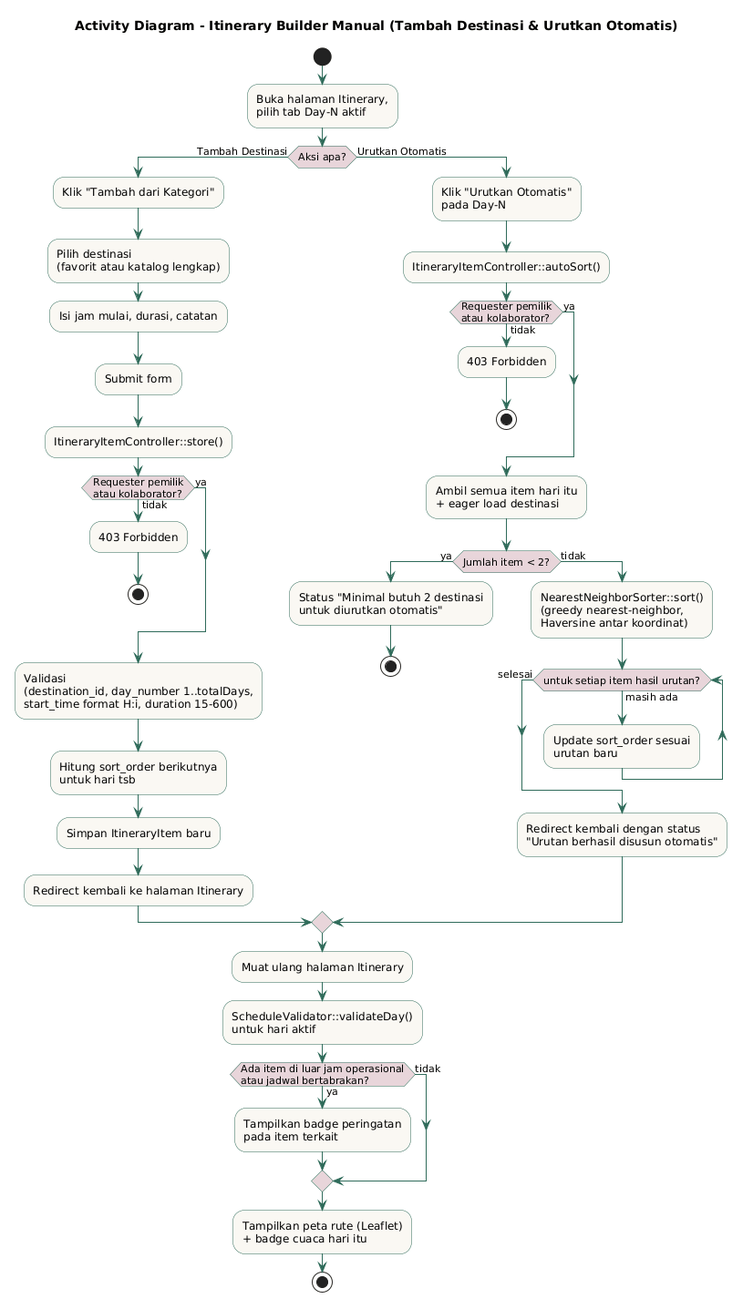
anugrahhhhh/tripplane-jogja-itenary keeps this PlantUML diagram as docs/gabungan/uml-plantuml/05-activity-itinerary-builder.png. Above is the earlier version. Source of this version:
```plantuml
@startuml
title Activity Diagram - Itinerary Builder Manual (Tambah Destinasi & Urutkan Otomatis)

skinparam activity {
  BackgroundColor #FAF8F3
  BorderColor #2F6B5A
  ArrowColor #2F6B5A
  DiamondBackgroundColor #E8D5DA
}

start
:Buka halaman Itinerary,\npilih tab Day-N aktif;

if (Aksi apa?) then (Tambah Destinasi)
  :Klik "Tambah dari Kategori";
  :Pilih destinasi\n(favorit atau katalog lengkap);
  :Isi jam mulai, durasi, catatan;
  :Submit form;
  :ItineraryItemController::store();
  if (Requester pemilik\natau kolaborator?) then (tidak)
    :403 Forbidden;
    stop
  else (ya)
  endif
  :Validasi\n(destination_id, day_number 1..totalDays,\nstart_time format H:i, duration 15-600);
  :Hitung sort_order berikutnya\nuntuk hari tsb;
  :Simpan ItineraryItem baru;
  :Redirect kembali ke halaman Itinerary;

else (Urutkan Otomatis)
  :Klik "Urutkan Otomatis"\npada Day-N;
  :ItineraryItemController::autoSort();
  if (Requester pemilik\natau kolaborator?) then (tidak)
    :403 Forbidden;
    stop
  else (ya)
  endif
  :Ambil semua item hari itu\n+ eager load destinasi;
  if (Jumlah item < 2?) then (ya)
    :Status "Minimal butuh 2 destinasi\nuntuk diurutkan otomatis";
    stop
  else (tidak)
    :NearestNeighborSorter::sort()\n(greedy nearest-neighbor,\nHaversine antar koordinat);
    while (untuk setiap item hasil urutan?) is (masih ada)
      :Update sort_order sesuai\nurutan baru;
    endwhile (selesai)
    :Redirect kembali dengan status\n"Urutan berhasil disusun otomatis";
  endif
endif

:Muat ulang halaman Itinerary;
:ScheduleValidator::validateDay()\nuntuk hari aktif;

if (Ada item di luar jam operasional\natau jadwal bertabrakan?) then (ya)
  :Tampilkan badge peringatan\npada item terkait;
else (tidak)
endif

:Tampilkan peta rute (Leaflet)\n+ badge cuaca hari itu;
stop
@enduml
```
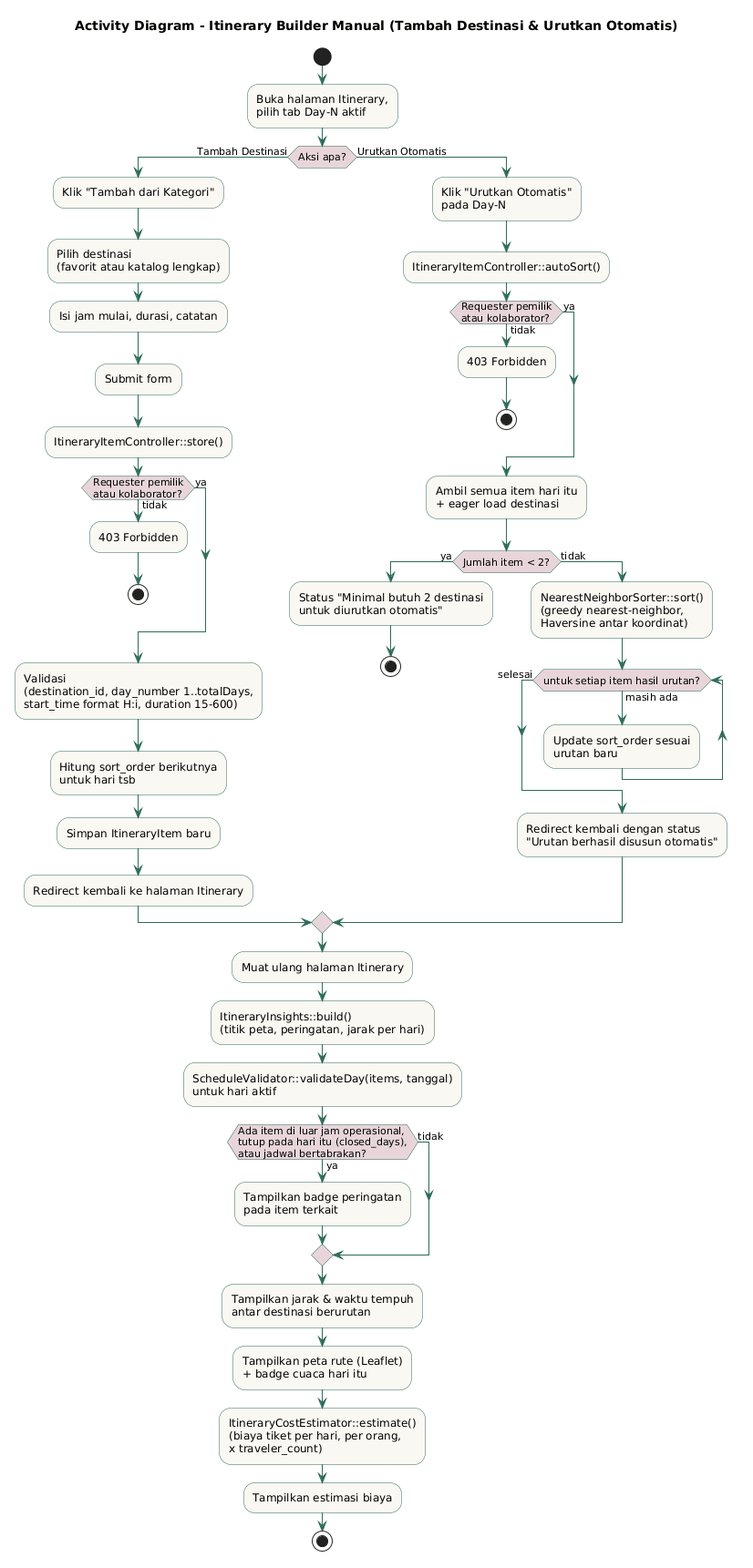
After the commit.

Change to the diagram source:
```diff
@@ -49,13 +49,17 @@
 endif
 
 :Muat ulang halaman Itinerary;
-:ScheduleValidator::validateDay()\nuntuk hari aktif;
+:ItineraryInsights::build()\n(titik peta, peringatan, jarak per hari);
+:ScheduleValidator::validateDay(items, tanggal)\nuntuk hari aktif;
 
-if (Ada item di luar jam operasional\natau jadwal bertabrakan?) then (ya)
+if (Ada item di luar jam operasional,\ntutup pada hari itu (closed_days),\natau jadwal bertabrakan?) then (ya)
   :Tampilkan badge peringatan\npada item terkait;
 else (tidak)
 endif
 
+:Tampilkan jarak & waktu tempuh\nantar destinasi berurutan;
 :Tampilkan peta rute (Leaflet)\n+ badge cuaca hari itu;
+:ItineraryCostEstimator::estimate()\n(biaya tiket per hari, per orang,\nx traveler_count);
+:Tampilkan estimasi biaya;
 stop
 @enduml
```
